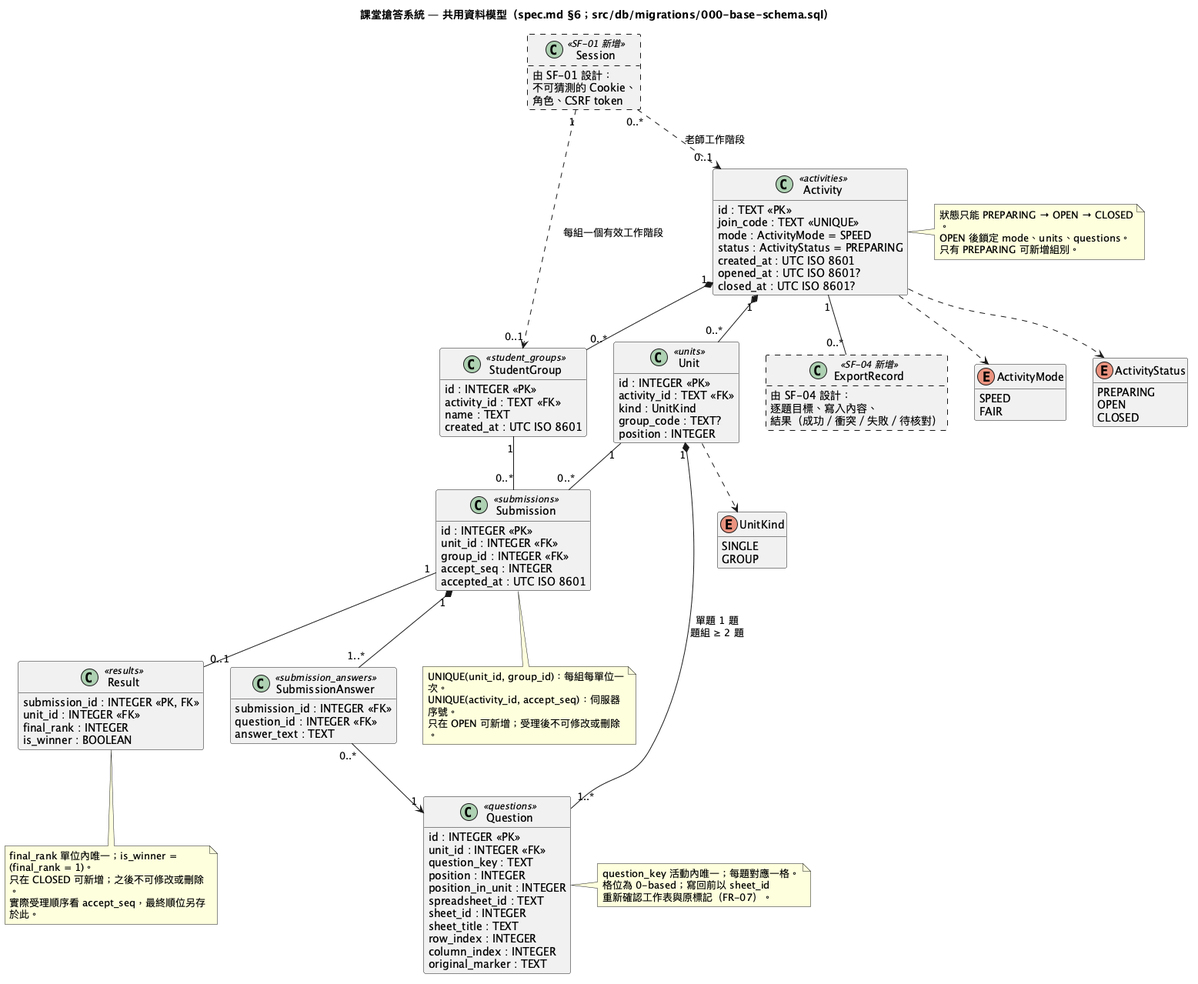
This is diagrams/system-class.png from tom1030507/classroom-buzzer-system-speckit, a PlantUML export, as it was before one commit.
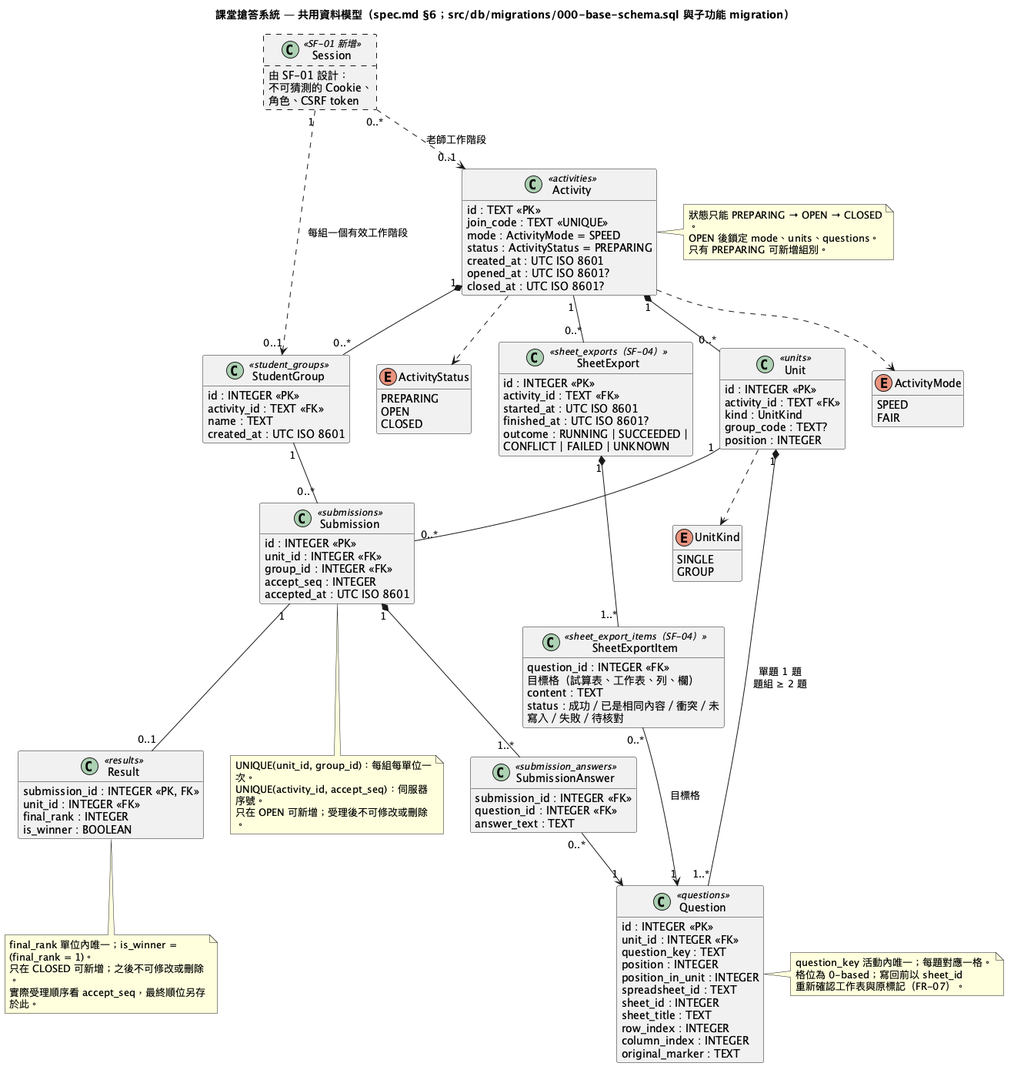
The same file after the commit.

The edit, as a diff of the source:
```diff
@@ -1,5 +1,5 @@
 @startuml system-class
-title 課堂搶答系統 — 共用資料模型（spec.md §6；src/db/migrations/000-base-schema.sql）
+title 課堂搶答系統 — 共用資料模型（spec.md §6；src/db/migrations/000-base-schema.sql 與子功能 migration）
 skinparam shadowing false
 skinparam classAttributeIconSize 0
 skinparam wrapWidth 260
@@ -87,10 +87,19 @@
   角色、CSRF token
 }
 
-class ExportRecord <<SF-04 新增>> #line.dashed {
-  由 SF-04 設計：
-  逐題目標、寫入內容、
-  結果（成功／衝突／失敗／待核對）
+class SheetExport <<sheet_exports（SF-04）>> {
+  id : INTEGER <<PK>>
+  activity_id : TEXT <<FK>>
+  started_at : UTC ISO 8601
+  finished_at : UTC ISO 8601?
+  outcome : RUNNING | SUCCEEDED | CONFLICT | FAILED | UNKNOWN
+}
+
+class SheetExportItem <<sheet_export_items（SF-04）>> {
+  question_id : INTEGER <<FK>>
+  目標格（試算表、工作表、列、欄）
+  content : TEXT
+  status : 成功／已是相同內容／衝突／未寫入／失敗／待核對
 }
 
 Activity "1" *-- "0..*" StudentGroup
@@ -101,7 +110,9 @@
 Submission "1" *-- "1..*" SubmissionAnswer
 SubmissionAnswer "0..*" --> "1" Question
 Submission "1" -- "0..1" Result
-Activity "1" -- "0..*" ExportRecord
+Activity "1" -- "0..*" SheetExport
+SheetExport "1" *-- "1..*" SheetExportItem
+SheetExportItem "0..*" --> "1" Question : 目標格
 Session "0..*" ..> "0..1" Activity : 老師工作階段
 Session "1" ..> "0..1" StudentGroup : 每組一個有效工作階段
 Activity ..> ActivityStatus
```
